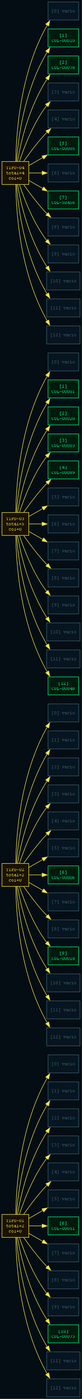
RONY36606/EDD_1S2026_PY_-202307793_FASE1-2-3 keeps this Graphviz diagram as reportes/tablahash.png. Above is the earlier version. Its source is kept beside it as reportes/tablahash.dot. The source it was exported from:
```dot
digraph TablaHash {
    rankdir=LR;
    bgcolor="#040d14";
    node [fontname="Courier", fontsize=9, style=filled, margin="0.1"];
    edge [color="#f5e642"];
    tipo_TIPO_01 [label="TIPO-01\ntotal=2\ncol=0", shape=record, fillcolor="#1a1200", color="#f5e642", fontcolor="#f5e642"];
    slot_TIPO_01_0 [label="[0] vacío", shape=box, fillcolor="#071520", color="#3a6070", fontcolor="#3a6070"];
    tipo_TIPO_01 -> slot_TIPO_01_0;
    slot_TIPO_01_1 [label="[1] vacío", shape=box, fillcolor="#071520", color="#3a6070", fontcolor="#3a6070"];
    tipo_TIPO_01 -> slot_TIPO_01_1;
    slot_TIPO_01_2 [label="[2] vacío", shape=box, fillcolor="#071520", color="#3a6070", fontcolor="#3a6070"];
    tipo_TIPO_01 -> slot_TIPO_01_2;
    slot_TIPO_01_3 [label="[3] vacío", shape=box, fillcolor="#071520", color="#3a6070", fontcolor="#3a6070"];
    tipo_TIPO_01 -> slot_TIPO_01_3;
    slot_TIPO_01_4 [label="[4] vacío", shape=box, fillcolor="#071520", color="#3a6070", fontcolor="#3a6070"];
    tipo_TIPO_01 -> slot_TIPO_01_4;
    slot_TIPO_01_5 [label="[5] vacío", shape=box, fillcolor="#071520", color="#3a6070", fontcolor="#3a6070"];
    tipo_TIPO_01 -> slot_TIPO_01_5;
    slot_TIPO_01_6 [label="[6]\nCOL-00051", shape=box, fillcolor="#001a0d", color="#00ff88", fontcolor="#00ff88"];
    tipo_TIPO_01 -> slot_TIPO_01_6;
    slot_TIPO_01_7 [label="[7] vacío", shape=box, fillcolor="#071520", color="#3a6070", fontcolor="#3a6070"];
    tipo_TIPO_01 -> slot_TIPO_01_7;
    slot_TIPO_01_8 [label="[8] vacío", shape=box, fillcolor="#071520", color="#3a6070", fontcolor="#3a6070"];
    tipo_TIPO_01 -> slot_TIPO_01_8;
    slot_TIPO_01_9 [label="[9] vacío", shape=box, fillcolor="#071520", color="#3a6070", fontcolor="#3a6070"];
    tipo_TIPO_01 -> slot_TIPO_01_9;
    slot_TIPO_01_10 [label="[10]\nCOL-00073", shape=box, fillcolor="#001a0d", color="#00ff88", fontcolor="#00ff88"];
    tipo_TIPO_01 -> slot_TIPO_01_10;
    slot_TIPO_01_11 [label="[11] vacío", shape=box, fillcolor="#071520", color="#3a6070", fontcolor="#3a6070"];
    tipo_TIPO_01 -> slot_TIPO_01_11;
    slot_TIPO_01_12 [label="[12] vacío", shape=box, fillcolor="#071520", color="#3a6070", fontcolor="#3a6070"];
    tipo_TIPO_01 -> slot_TIPO_01_12;
    tipo_TIPO_02 [label="TIPO-02\ntotal=2\ncol=0", shape=record, fillcolor="#1a1200", color="#f5e642", fontcolor="#f5e642"];
    slot_TIPO_02_0 [label="[0] vacío", shape=box, fillcolor="#071520", color="#3a6070", fontcolor="#3a6070"];
    tipo_TIPO_02 -> slot_TIPO_02_0;
    slot_TIPO_02_1 [label="[1] vacío", shape=box, fillcolor="#071520", color="#3a6070", fontcolor="#3a6070"];
    tipo_TIPO_02 -> slot_TIPO_02_1;
    slot_TIPO_02_2 [label="[2] vacío", shape=box, fillcolor="#071520", color="#3a6070", fontcolor="#3a6070"];
    tipo_TIPO_02 -> slot_TIPO_02_2;
    slot_TIPO_02_3 [label="[3] vacío", shape=box, fillcolor="#071520", color="#3a6070", fontcolor="#3a6070"];
    tipo_TIPO_02 -> slot_TIPO_02_3;
    slot_TIPO_02_4 [label="[4] vacío", shape=box, fillcolor="#071520", color="#3a6070", fontcolor="#3a6070"];
    tipo_TIPO_02 -> slot_TIPO_02_4;
    slot_TIPO_02_5 [label="[5] vacío", shape=box, fillcolor="#071520", color="#3a6070", fontcolor="#3a6070"];
    tipo_TIPO_02 -> slot_TIPO_02_5;
    slot_TIPO_02_6 [label="[6]\nCOL-00006", shape=box, fillcolor="#001a0d", color="#00ff88", fontcolor="#00ff88"];
    tipo_TIPO_02 -> slot_TIPO_02_6;
    slot_TIPO_02_7 [label="[7] vacío", shape=box, fillcolor="#071520", color="#3a6070", fontcolor="#3a6070"];
    tipo_TIPO_02 -> slot_TIPO_02_7;
    slot_TIPO_02_8 [label="[8] vacío", shape=box, fillcolor="#071520", color="#3a6070", fontcolor="#3a6070"];
    tipo_TIPO_02 -> slot_TIPO_02_8;
    slot_TIPO_02_9 [label="[9]\nCOL-00018", shape=box, fillcolor="#001a0d", color="#00ff88", fontcolor="#00ff88"];
    tipo_TIPO_02 -> slot_TIPO_02_9;
    slot_TIPO_02_10 [label="[10] vacío", shape=box, fillcolor="#071520", color="#3a6070", fontcolor="#3a6070"];
    tipo_TIPO_02 -> slot_TIPO_02_10;
    slot_TIPO_02_11 [label="[11] vacío", shape=box, fillcolor="#071520", color="#3a6070", fontcolor="#3a6070"];
    tipo_TIPO_02 -> slot_TIPO_02_11;
    slot_TIPO_02_12 [label="[12] vacío", shape=box, fillcolor="#071520", color="#3a6070", fontcolor="#3a6070"];
    tipo_TIPO_02 -> slot_TIPO_02_12;
    tipo_TIPO_03 [label="TIPO-03\ntotal=5\ncol=0", shape=record, fillcolor="#1a1200", color="#f5e642", fontcolor="#f5e642"];
    slot_TIPO_03_0 [label="[0] vacío", shape=box, fillcolor="#071520", color="#3a6070", fontcolor="#3a6070"];
    tipo_TIPO_03 -> slot_TIPO_03_0;
    slot_TIPO_03_1 [label="[1]\nCOL-00001", shape=box, fillcolor="#001a0d", color="#00ff88", fontcolor="#00ff88"];
    tipo_TIPO_03 -> slot_TIPO_03_1;
    slot_TIPO_03_2 [label="[2]\nCOL-00020", shape=box, fillcolor="#001a0d", color="#00ff88", fontcolor="#00ff88"];
    tipo_TIPO_03 -> slot_TIPO_03_2;
    slot_TIPO_03_3 [label="[3]\nCOL-00003", shape=box, fillcolor="#001a0d", color="#00ff88", fontcolor="#00ff88"];
    tipo_TIPO_03 -> slot_TIPO_03_3;
    slot_TIPO_03_4 [label="[4]\nCOL-00089", shape=box, fillcolor="#001a0d", color="#00ff88", fontcolor="#00ff88"];
    tipo_TIPO_03 -> slot_TIPO_03_4;
    slot_TIPO_03_5 [label="[5] vacío", shape=box, fillcolor="#071520", color="#3a6070", fontcolor="#3a6070"];
    tipo_TIPO_03 -> slot_TIPO_03_5;
    slot_TIPO_03_6 [label="[6] vacío", shape=box, fillcolor="#071520", color="#3a6070", fontcolor="#3a6070"];
    tipo_TIPO_03 -> slot_TIPO_03_6;
    slot_TIPO_03_7 [label="[7] vacío", shape=box, fillcolor="#071520", color="#3a6070", fontcolor="#3a6070"];
    tipo_TIPO_03 -> slot_TIPO_03_7;
    slot_TIPO_03_8 [label="[8] vacío", shape=box, fillcolor="#071520", color="#3a6070", fontcolor="#3a6070"];
    tipo_TIPO_03 -> slot_TIPO_03_8;
    slot_TIPO_03_9 [label="[9] vacío", shape=box, fillcolor="#071520", color="#3a6070", fontcolor="#3a6070"];
    tipo_TIPO_03 -> slot_TIPO_03_9;
    slot_TIPO_03_10 [label="[10] vacío", shape=box, fillcolor="#071520", color="#3a6070", fontcolor="#3a6070"];
    tipo_TIPO_03 -> slot_TIPO_03_10;
    slot_TIPO_03_11 [label="[11] vacío", shape=box, fillcolor="#071520", color="#3a6070", fontcolor="#3a6070"];
    tipo_TIPO_03 -> slot_TIPO_03_11;
    slot_TIPO_03_12 [label="[12]\nCOL-00048", shape=box, fillcolor="#001a0d", color="#00ff88", fontcolor="#00ff88"];
    tipo_TIPO_03 -> slot_TIPO_03_12;
    tipo_TIPO_04 [label="TIPO-04\ntotal=4\ncol=0", shape=record, fillcolor="#1a1200", color="#f5e642", fontcolor="#f5e642"];
    slot_TIPO_04_0 [label="[0] vacío", shape=box, fillcolor="#071520", color="#3a6070", fontcolor="#3a6070"];
    tipo_TIPO_04 -> slot_TIPO_04_0;
    slot_TIPO_04_1 [label="[1]\nCOL-00010", shape=box, fillcolor="#001a0d", color="#00ff88", fontcolor="#00ff88"];
    tipo_TIPO_04 -> slot_TIPO_04_1;
    slot_TIPO_04_2 [label="[2]\nCOL-00078", shape=box, fillcolor="#001a0d", color="#00ff88", fontcolor="#00ff88"];
    tipo_TIPO_04 -> slot_TIPO_04_2;
    slot_TIPO_04_3 [label="[3] vacío", shape=box, fillcolor="#071520", color="#3a6070", fontcolor="#3a6070"];
    tipo_TIPO_04 -> slot_TIPO_04_3;
    slot_TIPO_04_4 [label="[4] vacío", shape=box, fillcolor="#071520", color="#3a6070", fontcolor="#3a6070"];
    tipo_TIPO_04 -> slot_TIPO_04_4;
    slot_TIPO_04_5 [label="[5]\nCOL-00005", shape=box, fillcolor="#001a0d", color="#00ff88", fontcolor="#00ff88"];
    tipo_TIPO_04 -> slot_TIPO_04_5;
    slot_TIPO_04_6 [label="[6] vacío", shape=box, fillcolor="#071520", color="#3a6070", fontcolor="#3a6070"];
    tipo_TIPO_04 -> slot_TIPO_04_6;
    slot_TIPO_04_7 [label="[7]\nCOL-50456", shape=box, fillcolor="#001a0d", color="#00ff88", fontcolor="#00ff88"];
    tipo_TIPO_04 -> slot_TIPO_04_7;
    slot_TIPO_04_8 [label="[8] vacío", shape=box, fillcolor="#071520", color="#3a6070", fontcolor="#3a6070"];
    tipo_TIPO_04 -> slot_TIPO_04_8;
    slot_TIPO_04_9 [label="[9] vacío", shape=box, fillcolor="#071520", color="#3a6070", fontcolor="#3a6070"];
    tipo_TIPO_04 -> slot_TIPO_04_9;
    slot_TIPO_04_10 [label="[10] vacío", shape=box, fillcolor="#071520", color="#3a6070", fontcolor="#3a6070"];
    tipo_TIPO_04 -> slot_TIPO_04_10;
    slot_TIPO_04_11 [label="[11] vacío", shape=box, fillcolor="#071520", color="#3a6070", fontcolor="#3a6070"];
    tipo_TIPO_04 -> slot_TIPO_04_11;
    slot_TIPO_04_12 [label="[12] vacío", shape=box, fillcolor="#071520", color="#3a6070", fontcolor="#3a6070"];
    tipo_TIPO_04 -> slot_TIPO_04_12;
}
```
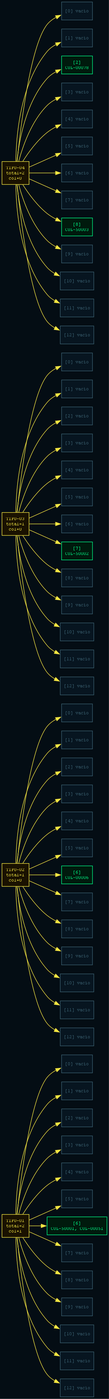
Later version of the same file.

Diff of the diagram source:
```diff
@@ -3,7 +3,7 @@
     bgcolor="#040d14";
     node [fontname="Courier", fontsize=9, style=filled, margin="0.1"];
     edge [color="#f5e642"];
-    tipo_TIPO_01 [label="TIPO-01\ntotal=2\ncol=0", shape=record, fillcolor="#1a1200", color="#f5e642", fontcolor="#f5e642"];
+    tipo_TIPO_01 [label="TIPO-01\ntotal=2\ncol=1", shape=record, fillcolor="#1a1200", color="#f5e642", fontcolor="#f5e642"];
     slot_TIPO_01_0 [label="[0] vacío", shape=box, fillcolor="#071520", color="#3a6070", fontcolor="#3a6070"];
     tipo_TIPO_01 -> slot_TIPO_01_0;
     slot_TIPO_01_1 [label="[1] vacío", shape=box, fillcolor="#071520", color="#3a6070", fontcolor="#3a6070"];
@@ -16,7 +16,7 @@
     tipo_TIPO_01 -> slot_TIPO_01_4;
     slot_TIPO_01_5 [label="[5] vacío", shape=box, fillcolor="#071520", color="#3a6070", fontcolor="#3a6070"];
     tipo_TIPO_01 -> slot_TIPO_01_5;
-    slot_TIPO_01_6 [label="[6]\nCOL-00051", shape=box, fillcolor="#001a0d", color="#00ff88", fontcolor="#00ff88"];
+    slot_TIPO_01_6 [label="[6]\nCOL-50001, COL-00051", shape=box, fillcolor="#001a0d", color="#00ff88", fontcolor="#00ff88"];
     tipo_TIPO_01 -> slot_TIPO_01_6;
     slot_TIPO_01_7 [label="[7] vacío", shape=box, fillcolor="#071520", color="#3a6070", fontcolor="#3a6070"];
     tipo_TIPO_01 -> slot_TIPO_01_7;
@@ -24,13 +24,13 @@
     tipo_TIPO_01 -> slot_TIPO_01_8;
     slot_TIPO_01_9 [label="[9] vacío", shape=box, fillcolor="#071520", color="#3a6070", fontcolor="#3a6070"];
     tipo_TIPO_01 -> slot_TIPO_01_9;
-    slot_TIPO_01_10 [label="[10]\nCOL-00073", shape=box, fillcolor="#001a0d", color="#00ff88", fontcolor="#00ff88"];
+    slot_TIPO_01_10 [label="[10] vacío", shape=box, fillcolor="#071520", color="#3a6070", fontcolor="#3a6070"];
     tipo_TIPO_01 -> slot_TIPO_01_10;
     slot_TIPO_01_11 [label="[11] vacío", shape=box, fillcolor="#071520", color="#3a6070", fontcolor="#3a6070"];
     tipo_TIPO_01 -> slot_TIPO_01_11;
     slot_TIPO_01_12 [label="[12] vacío", shape=box, fillcolor="#071520", color="#3a6070", fontcolor="#3a6070"];
     tipo_TIPO_01 -> slot_TIPO_01_12;
-    tipo_TIPO_02 [label="TIPO-02\ntotal=2\ncol=0", shape=record, fillcolor="#1a1200", color="#f5e642", fontcolor="#f5e642"];
+    tipo_TIPO_02 [label="TIPO-02\ntotal=1\ncol=0", shape=record, fillcolor="#1a1200", color="#f5e642", fontcolor="#f5e642"];
     slot_TIPO_02_0 [label="[0] vacío", shape=box, fillcolor="#071520", color="#3a6070", fontcolor="#3a6070"];
     tipo_TIPO_02 -> slot_TIPO_02_0;
     slot_TIPO_02_1 [label="[1] vacío", shape=box, fillcolor="#071520", color="#3a6070", fontcolor="#3a6070"];
@@ -49,7 +49,7 @@
     tipo_TIPO_02 -> slot_TIPO_02_7;
     slot_TIPO_02_8 [label="[8] vacío", shape=box, fillcolor="#071520", color="#3a6070", fontcolor="#3a6070"];
     tipo_TIPO_02 -> slot_TIPO_02_8;
-    slot_TIPO_02_9 [label="[9]\nCOL-00018", shape=box, fillcolor="#001a0d", color="#00ff88", fontcolor="#00ff88"];
+    slot_TIPO_02_9 [label="[9] vacío", shape=box, fillcolor="#071520", color="#3a6070", fontcolor="#3a6070"];
     tipo_TIPO_02 -> slot_TIPO_02_9;
     slot_TIPO_02_10 [label="[10] vacío", shape=box, fillcolor="#071520", color="#3a6070", fontcolor="#3a6070"];
     tipo_TIPO_02 -> slot_TIPO_02_10;
@@ -57,22 +57,22 @@
     tipo_TIPO_02 -> slot_TIPO_02_11;
     slot_TIPO_02_12 [label="[12] vacío", shape=box, fillcolor="#071520", color="#3a6070", fontcolor="#3a6070"];
     tipo_TIPO_02 -> slot_TIPO_02_12;
-    tipo_TIPO_03 [label="TIPO-03\ntotal=5\ncol=0", shape=record, fillcolor="#1a1200", color="#f5e642", fontcolor="#f5e642"];
+    tipo_TIPO_03 [label="TIPO-03\ntotal=1\ncol=0", shape=record, fillcolor="#1a1200", color="#f5e642", fontcolor="#f5e642"];
     slot_TIPO_03_0 [label="[0] vacío", shape=box, fillcolor="#071520", color="#3a6070", fontcolor="#3a6070"];
     tipo_TIPO_03 -> slot_TIPO_03_0;
-    slot_TIPO_03_1 [label="[1]\nCOL-00001", shape=box, fillcolor="#001a0d", color="#00ff88", fontcolor="#00ff88"];
+    slot_TIPO_03_1 [label="[1] vacío", shape=box, fillcolor="#071520", color="#3a6070", fontcolor="#3a6070"];
     tipo_TIPO_03 -> slot_TIPO_03_1;
-    slot_TIPO_03_2 [label="[2]\nCOL-00020", shape=box, fillcolor="#001a0d", color="#00ff88", fontcolor="#00ff88"];
+    slot_TIPO_03_2 [label="[2] vacío", shape=box, fillcolor="#071520", color="#3a6070", fontcolor="#3a6070"];
     tipo_TIPO_03 -> slot_TIPO_03_2;
-    slot_TIPO_03_3 [label="[3]\nCOL-00003", shape=box, fillcolor="#001a0d", color="#00ff88", fontcolor="#00ff88"];
+    slot_TIPO_03_3 [label="[3] vacío", shape=box, fillcolor="#071520", color="#3a6070", fontcolor="#3a6070"];
     tipo_TIPO_03 -> slot_TIPO_03_3;
-    slot_TIPO_03_4 [label="[4]\nCOL-00089", shape=box, fillcolor="#001a0d", color="#00ff88", fontcolor="#00ff88"];
+    slot_TIPO_03_4 [label="[4] vacío", shape=box, fillcolor="#071520", color="#3a6070", fontcolor="#3a6070"];
     tipo_TIPO_03 -> slot_TIPO_03_4;
     slot_TIPO_03_5 [label="[5] vacío", shape=box, fillcolor="#071520", color="#3a6070", fontcolor="#3a6070"];
     tipo_TIPO_03 -> slot_TIPO_03_5;
     slot_TIPO_03_6 [label="[6] vacío", shape=box, fillcolor="#071520", color="#3a6070", fontcolor="#3a6070"];
     tipo_TIPO_03 -> slot_TIPO_03_6;
-    slot_TIPO_03_7 [label="[7] vacío", shape=box, fillcolor="#071520", color="#3a6070", fontcolor="#3a6070"];
+    slot_TIPO_03_7 [label="[7]\nCOL-50002", shape=box, fillcolor="#001a0d", color="#00ff88", fontcolor="#00ff88"];
     tipo_TIPO_03 -> slot_TIPO_03_7;
     slot_TIPO_03_8 [label="[8] vacío", shape=box, fillcolor="#071520", color="#3a6070", fontcolor="#3a6070"];
     tipo_TIPO_03 -> slot_TIPO_03_8;
@@ -82,12 +82,12 @@
     tipo_TIPO_03 -> slot_TIPO_03_10;
     slot_TIPO_03_11 [label="[11] vacío", shape=box, fillcolor="#071520", color="#3a6070", fontcolor="#3a6070"];
     tipo_TIPO_03 -> slot_TIPO_03_11;
-    slot_TIPO_03_12 [label="[12]\nCOL-00048", shape=box, fillcolor="#001a0d", color="#00ff88", fontcolor="#00ff88"];
+    slot_TIPO_03_12 [label="[12] vacío", shape=box, fillcolor="#071520", color="#3a6070", fontcolor="#3a6070"];
     tipo_TIPO_03 -> slot_TIPO_03_12;
-    tipo_TIPO_04 [label="TIPO-04\ntotal=4\ncol=0", shape=record, fillcolor="#1a1200", color="#f5e642", fontcolor="#f5e642"];
+    tipo_TIPO_04 [label="TIPO-04\ntotal=2\ncol=0", shape=record, fillcolor="#1a1200", color="#f5e642", fontcolor="#f5e642"];
     slot_TIPO_04_0 [label="[0] vacío", shape=box, fillcolor="#071520", color="#3a6070", fontcolor="#3a6070"];
     tipo_TIPO_04 -> slot_TIPO_04_0;
-    slot_TIPO_04_1 [label="[1]\nCOL-00010", shape=box, fillcolor="#001a0d", color="#00ff88", fontcolor="#00ff88"];
+    slot_TIPO_04_1 [label="[1] vacío", shape=box, fillcolor="#071520", color="#3a6070", fontcolor="#3a6070"];
     tipo_TIPO_04 -> slot_TIPO_04_1;
     slot_TIPO_04_2 [label="[2]\nCOL-00078", shape=box, fillcolor="#001a0d", color="#00ff88", fontcolor="#00ff88"];
     tipo_TIPO_04 -> slot_TIPO_04_2;
@@ -95,13 +95,13 @@
     tipo_TIPO_04 -> slot_TIPO_04_3;
     slot_TIPO_04_4 [label="[4] vacío", shape=box, fillcolor="#071520", color="#3a6070", fontcolor="#3a6070"];
     tipo_TIPO_04 -> slot_TIPO_04_4;
-    slot_TIPO_04_5 [label="[5]\nCOL-00005", shape=box, fillcolor="#001a0d", color="#00ff88", fontcolor="#00ff88"];
+    slot_TIPO_04_5 [label="[5] vacío", shape=box, fillcolor="#071520", color="#3a6070", fontcolor="#3a6070"];
     tipo_TIPO_04 -> slot_TIPO_04_5;
     slot_TIPO_04_6 [label="[6] vacío", shape=box, fillcolor="#071520", color="#3a6070", fontcolor="#3a6070"];
     tipo_TIPO_04 -> slot_TIPO_04_6;
-    slot_TIPO_04_7 [label="[7]\nCOL-50456", shape=box, fillcolor="#001a0d", color="#00ff88", fontcolor="#00ff88"];
+    slot_TIPO_04_7 [label="[7] vacío", shape=box, fillcolor="#071520", color="#3a6070", fontcolor="#3a6070"];
     tipo_TIPO_04 -> slot_TIPO_04_7;
-    slot_TIPO_04_8 [label="[8] vacío", shape=box, fillcolor="#071520", color="#3a6070", fontcolor="#3a6070"];
+    slot_TIPO_04_8 [label="[8]\nCOL-50003", shape=box, fillcolor="#001a0d", color="#00ff88", fontcolor="#00ff88"];
     tipo_TIPO_04 -> slot_TIPO_04_8;
     slot_TIPO_04_9 [label="[9] vacío", shape=box, fillcolor="#071520", color="#3a6070", fontcolor="#3a6070"];
     tipo_TIPO_04 -> slot_TIPO_04_9;
```
